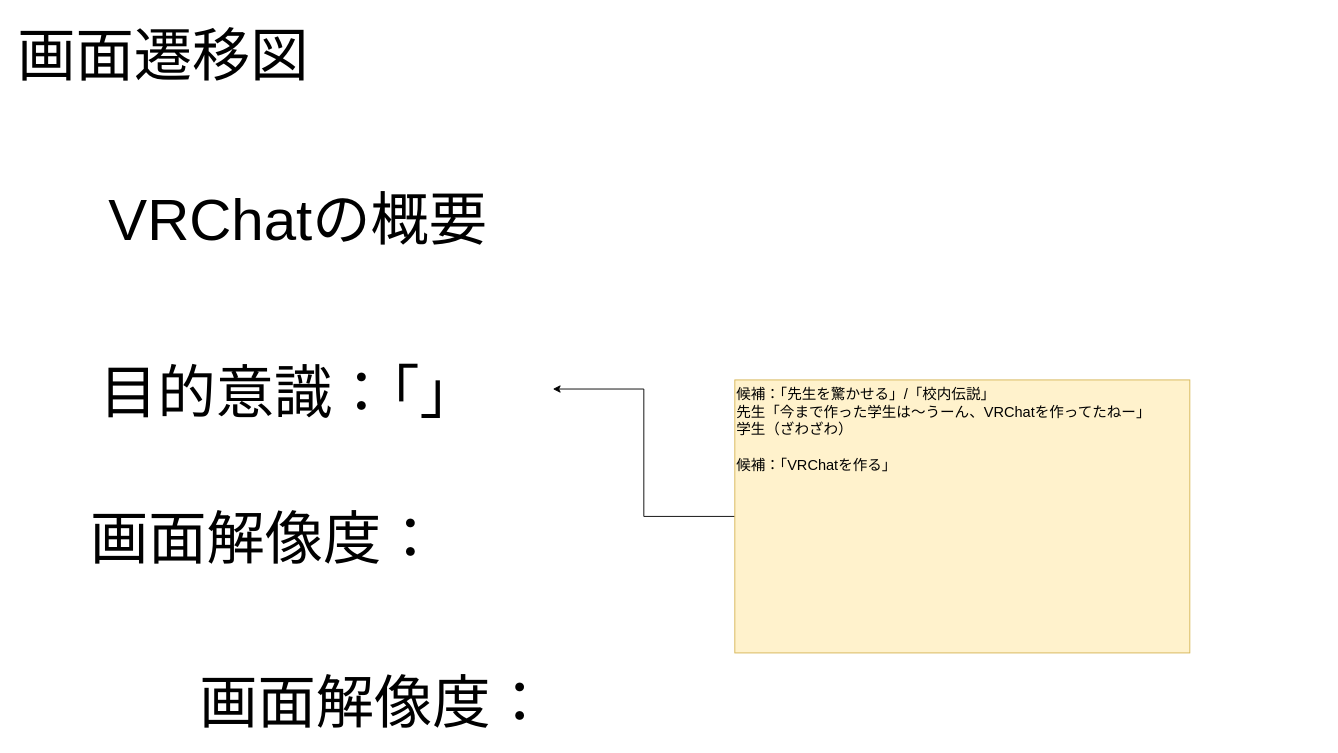
Before: page "25/01/09予定" (2 of 2) of Doc/会議ログ.drawio in 3doriTea/VRTea, a draw.io diagram. Source tidied: cells renumbered, new cells numbered last; positions are measured from the earlier drawing's top-left corner, leaving out a move shared by most shapes. Both pictures are drawn from the tidied source at 91%, with x=0, y=0 at pixel (15, 15).
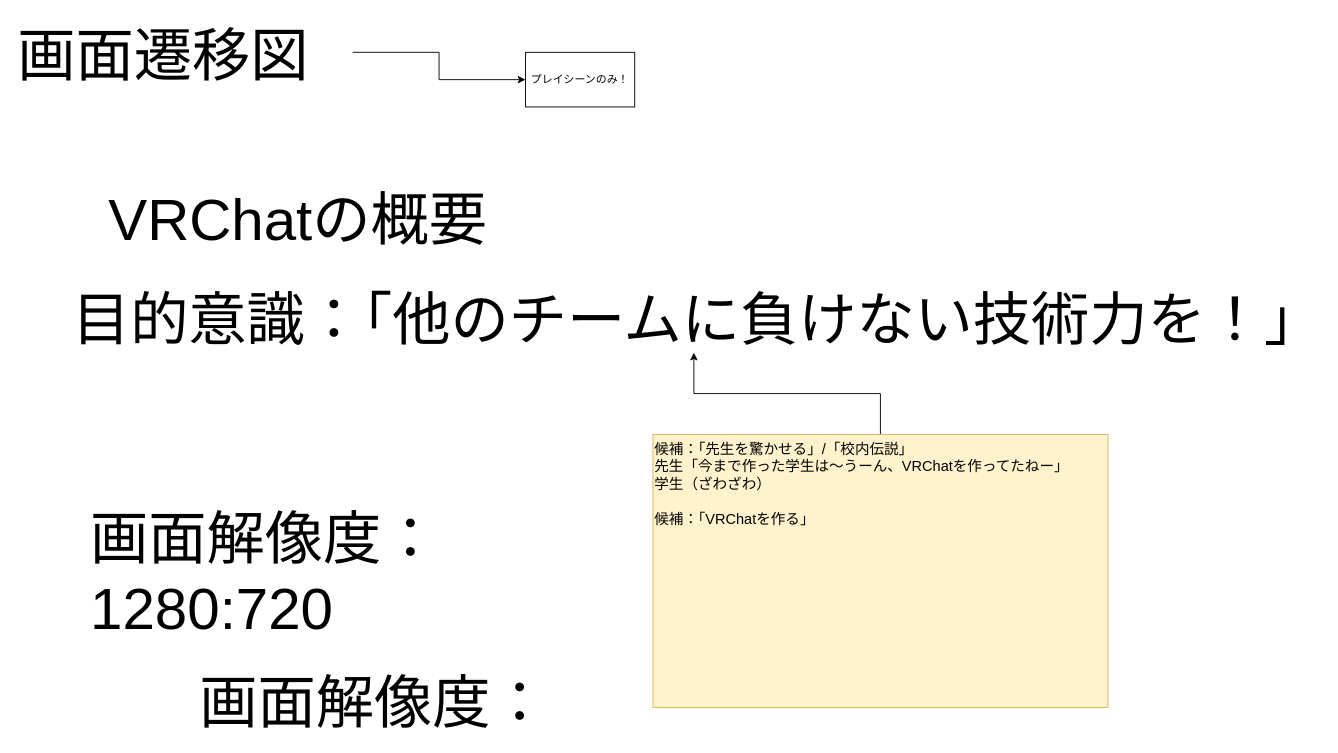
The same page after the edit.

Commit message:
会議ログ.drawio を更新します

Change to the diagram source:
```diff
@@
 <mxGraphModel>
   <root>
     <mxCell id="0" />
     <mxCell id="1" parent="0" />
+    <mxCell id="9" style="edgeStyle=orthogonalEdgeStyle;rounded=0;jettySize=auto;html=1;" parent="1" edge="1" source="2" target="10">
+      <mxGeometry relative="1" as="geometry" />
+    </mxCell>
     <mxCell id="2" value="画面遷移図" style="text;html=1;whiteSpace=wrap;strokeColor=none;fillColor=none;align=left;verticalAlign=top;rounded=0;fontSize=64;fontFamily=Cascadia Code;" parent="1" vertex="1">
-      <mxGeometry width="500" height="80" as="geometry" />
+      <mxGeometry width="370" height="80" as="geometry" />
     </mxCell>
     <mxCell id="3" value="VRChatの概要" style="text;html=1;whiteSpace=wrap;strokeColor=none;fillColor=none;align=left;verticalAlign=top;rounded=0;fontSize=64;fontFamily=Cascadia Code;" parent="1" vertex="1">
       <mxGeometry x="100" y="180" width="500" height="80" as="geometry" />
     </mxCell>
-    <mxCell id="4" value="目的意識：「」" style="text;html=1;whiteSpace=wrap;strokeColor=none;fillColor=none;align=left;verticalAlign=top;rounded=0;fontSize=64;fontFamily=Cascadia Code;" parent="1" vertex="1">
-      <mxGeometry x="90" y="370" width="500" height="80" as="geometry" />
+    <mxCell id="4" value="目的意識：「他のチームに負けない技術力を！」" style="text;html=1;whiteSpace=wrap;strokeColor=none;fillColor=none;align=left;verticalAlign=top;rounded=0;fontSize=64;fontFamily=Cascadia Code;" parent="1" vertex="1">
+      <mxGeometry x="60" y="290" width="1370" height="80" as="geometry" />
     </mxCell>
-    <mxCell id="5" value="画面解像度：" style="text;html=1;whiteSpace=wrap;strokeColor=none;fillColor=none;align=left;verticalAlign=top;rounded=0;fontSize=64;fontFamily=Cascadia Code;" parent="1" vertex="1">
+    <mxCell id="5" value="画面解像度：1280:720" style="text;html=1;whiteSpace=wrap;strokeColor=none;fillColor=none;align=left;verticalAlign=top;rounded=0;fontSize=64;fontFamily=Cascadia Code;" parent="1" vertex="1">
       <mxGeometry x="80" y="530" width="500" height="80" as="geometry" />
     </mxCell>
     <mxCell id="6" value="画面解像度：" style="text;html=1;whiteSpace=wrap;strokeColor=none;fillColor=none;align=left;verticalAlign=top;rounded=0;fontSize=64;fontFamily=Cascadia Code;" parent="1" vertex="1">
       <mxGeometry x="200" y="710" width="500" height="80" as="geometry" />
     </mxCell>
     <mxCell id="7" style="edgeStyle=orthogonalEdgeStyle;rounded=0;jettySize=auto;html=1;" parent="1" edge="1" source="8" target="4">
       <mxGeometry relative="1" as="geometry" />
     </mxCell>
     <mxCell id="8" value="候補：&lt;span style=&quot;background-color: transparent; color: light-dark(rgb(0, 0, 0), rgb(255, 255, 255));&quot;&gt;「先生を驚かせる」/「校内伝説」&lt;/span&gt;&lt;div&gt;先生「今まで作った学生は～うーん、VRChatを作ってたねー」&lt;/div&gt;&lt;div&gt;学生（ざわざわ）&lt;/div&gt;&lt;div&gt;&lt;br&gt;&lt;/div&gt;&lt;div&gt;候補：「VRChatを作る」&lt;/div&gt;" style="text;html=1;whiteSpace=wrap;strokeColor=#d6b656;fillColor=#fff2cc;align=left;verticalAlign=top;rounded=0;fontSize=16;fontFamily=Cascadia Code;" parent="1" vertex="1">
-      <mxGeometry x="790" y="400" width="500" height="300" as="geometry" />
+      <mxGeometry x="700" y="460" width="500" height="300" as="geometry" />
     </mxCell>
+    <mxCell id="10" value="プレイシーンのみ！" style="rounded=0;whiteSpace=wrap;html=1;" parent="1" vertex="1">
+      <mxGeometry x="560" y="40" width="120" height="60" as="geometry" />
+    </mxCell>
   </root>
 </mxGraphModel>
```
